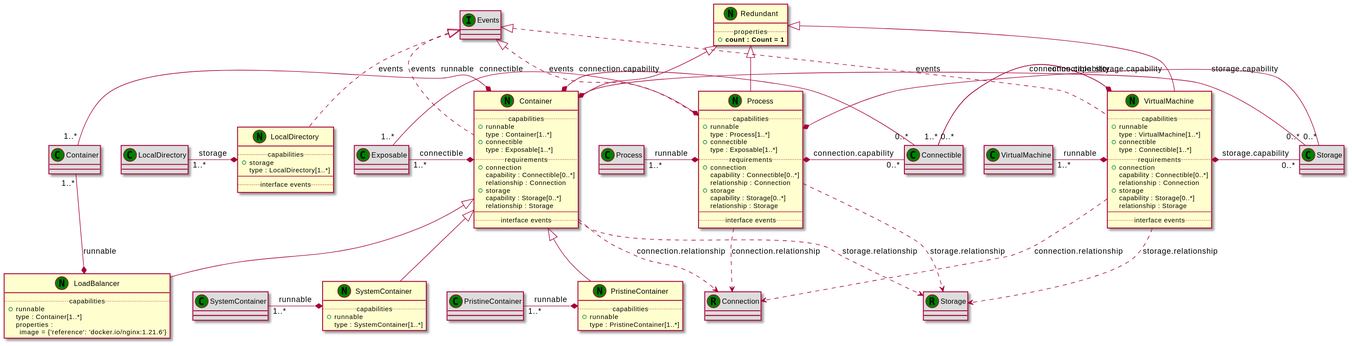
Before: examples/Khutulun/diagrams/uml2/nodes-uml2-class-diagram.svg, a diagram exported from PlantUML (Orange-OpenSource/Cloudnet-TOSCA-toolbox).
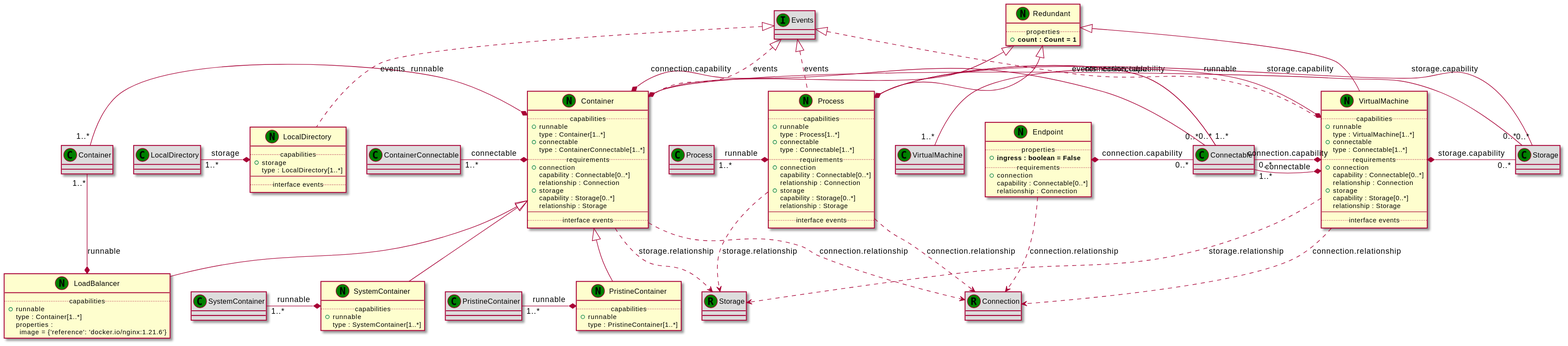
The same diagram one commit later.

Change to the diagram source:
```diff
@@ -4,15 +4,27 @@
 .. properties ..
 +<b>count : Count = 1
 }
+class "Endpoint" as Endpoint_NT << (N,green) >> {
+.. properties ..
++<b>ingress : boolean = False
+.. requirements ..
++connection
+ capability : Connectable[0..*]
+ relationship : Connection
+}
+class "Connectable" as Connectable_CT << (C,green) >> #DDDDDD
+Endpoint_NT *- "0..*" Connectable_CT : connection.capability
+class "Connection" as Connection_RT << (R,green) >> #DDDDDD
+Endpoint_NT ..> Connection_RT : connection.relationship
 class "Process" as Process_NT << (N,green) >> {
 .. capabilities ..
 +runnable
  type : Process[1..*]
-+connectible
- type : Exposable[1..*]
++connectable
+ type : Connectable[1..*]
 .. requirements ..
 +connection
- capability : Connectible[0..*]
+ capability : Connectable[0..*]
  relationship : Connection
 +storage
  capability : Storage[0..*]
@@ -23,10 +35,10 @@
 Redundant_NT <|-- Process_NT
 class "Process" as Process_CT << (C,green) >> #DDDDDD
 Process_CT "1..*" -* Process_NT : runnable
-class "Exposable" as Exposable_CT << (C,green) >> #DDDDDD
-Exposable_CT "1..*" -* Process_NT : connectible
-class "Connectible" as Connectible_CT << (C,green) >> #DDDDDD
-Process_NT *- "0..*" Connectible_CT : connection.capability
+class "Connectable" as Connectable_CT << (C,green) >> #DDDDDD
+Connectable_CT "1..*" -* Process_NT : connectable
+class "Connectable" as Connectable_CT << (C,green) >> #DDDDDD
+Process_NT *- "0..*" Connectable_CT : connection.capability
 class "Connection" as Connection_RT << (R,green) >> #DDDDDD
 Process_NT ..> Connection_RT : connection.relationship
 class "Storage" as Storage_CT << (C,green) >> #DDDDDD
@@ -39,11 +51,11 @@
 .. capabilities ..
 +runnable
  type : Container[1..*]
-+connectible
- type : Exposable[1..*]
++connectable
+ type : ContainerConnectable[1..*]
 .. requirements ..
 +connection
- capability : Connectible[0..*]
+ capability : Connectable[0..*]
  relationship : Connection
 +storage
  capability : Storage[0..*]
@@ -54,10 +66,10 @@
 Redundant_NT <|-- Container_NT
 class "Container" as Container_CT << (C,green) >> #DDDDDD
 Container_CT "1..*" -* Container_NT : runnable
-class "Exposable" as Exposable_CT << (C,green) >> #DDDDDD
-Exposable_CT "1..*" -* Container_NT : connectible
-class "Connectible" as Connectible_CT << (C,green) >> #DDDDDD
-Container_NT *- "0..*" Connectible_CT : connection.capability
+class "ContainerConnectable" as ContainerConnectable_CT << (C,green) >> #DDDDDD
+ContainerConnectable_CT "1..*" -* Container_NT : connectable
+class "Connectable" as Connectable_CT << (C,green) >> #DDDDDD
+Container_NT *- "0..*" Connectable_CT : connection.capability
 class "Connection" as Connection_RT << (R,green) >> #DDDDDD
 Container_NT ..> Connection_RT : connection.relationship
 class "Storage" as Storage_CT << (C,green) >> #DDDDDD
@@ -96,11 +108,11 @@
 .. capabilities ..
 +runnable
  type : VirtualMachine[1..*]
-+connectible
- type : Connectible[1..*]
++connectable
+ type : Connectable[1..*]
 .. requirements ..
 +connection
- capability : Connectible[0..*]
+ capability : Connectable[0..*]
  relationship : Connection
 +storage
  capability : Storage[0..*]
@@ -111,10 +123,10 @@
 Redundant_NT <|-- VirtualMachine_NT
 class "VirtualMachine" as VirtualMachine_CT << (C,green) >> #DDDDDD
 VirtualMachine_CT "1..*" -* VirtualMachine_NT : runnable
-class "Connectible" as Connectible_CT << (C,green) >> #DDDDDD
-Connectible_CT "1..*" -* VirtualMachine_NT : connectible
-class "Connectible" as Connectible_CT << (C,green) >> #DDDDDD
-VirtualMachine_NT *- "0..*" Connectible_CT : connection.capability
+class "Connectable" as Connectable_CT << (C,green) >> #DDDDDD
+Connectable_CT "1..*" -* VirtualMachine_NT : connectable
+class "Connectable" as Connectable_CT << (C,green) >> #DDDDDD
+VirtualMachine_NT *- "0..*" Connectable_CT : connection.capability
 class "Connection" as Connection_RT << (R,green) >> #DDDDDD
 VirtualMachine_NT ..> Connection_RT : connection.relationship
 class "Storage" as Storage_CT << (C,green) >> #DDDDDD
```
